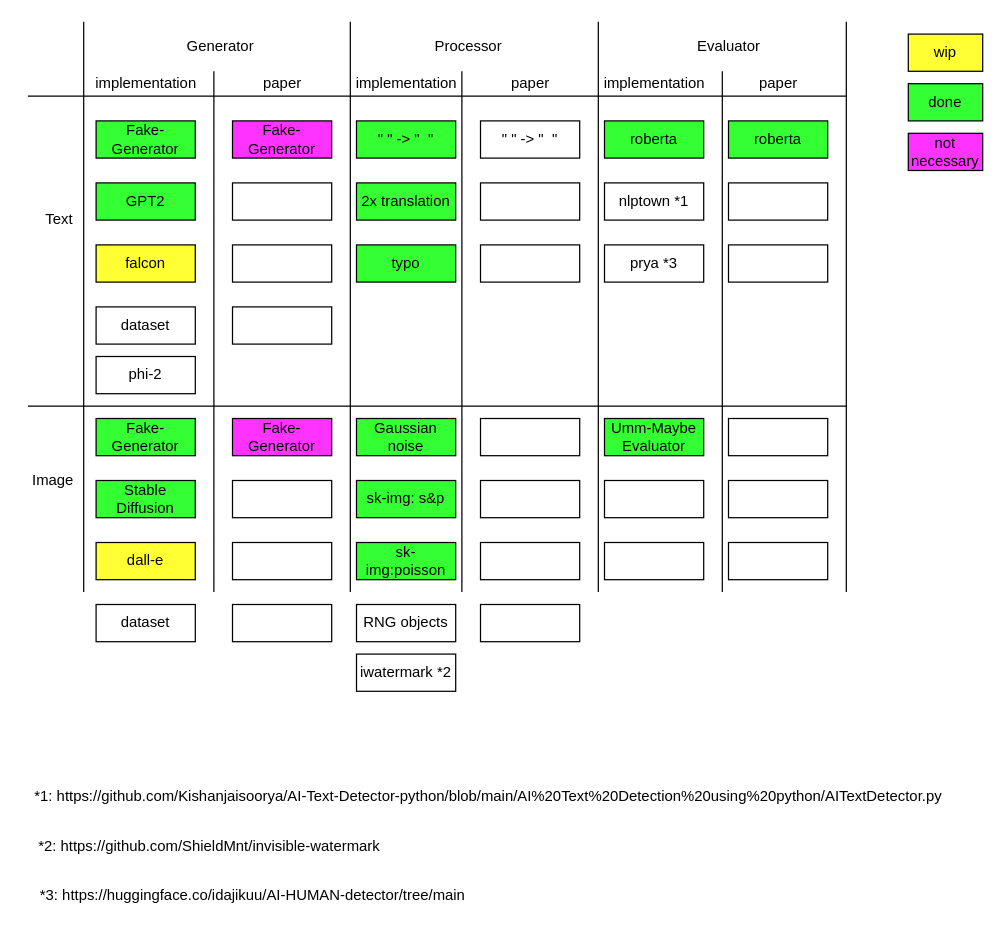
This is documentation/Overview ImplementationPaper.drawio from Ctrl-Alt-Defeat-Foundation-Models/informatiCup2024, a draw.io file, before an edit. Source tidied: cells renumbered, new cells numbered last; positions are measured from the earlier drawing's top-left corner, leaving out a move shared by most shapes. Both pictures are drawn from the tidied source at 124%, with x=0, y=0 at pixel (21, 21).
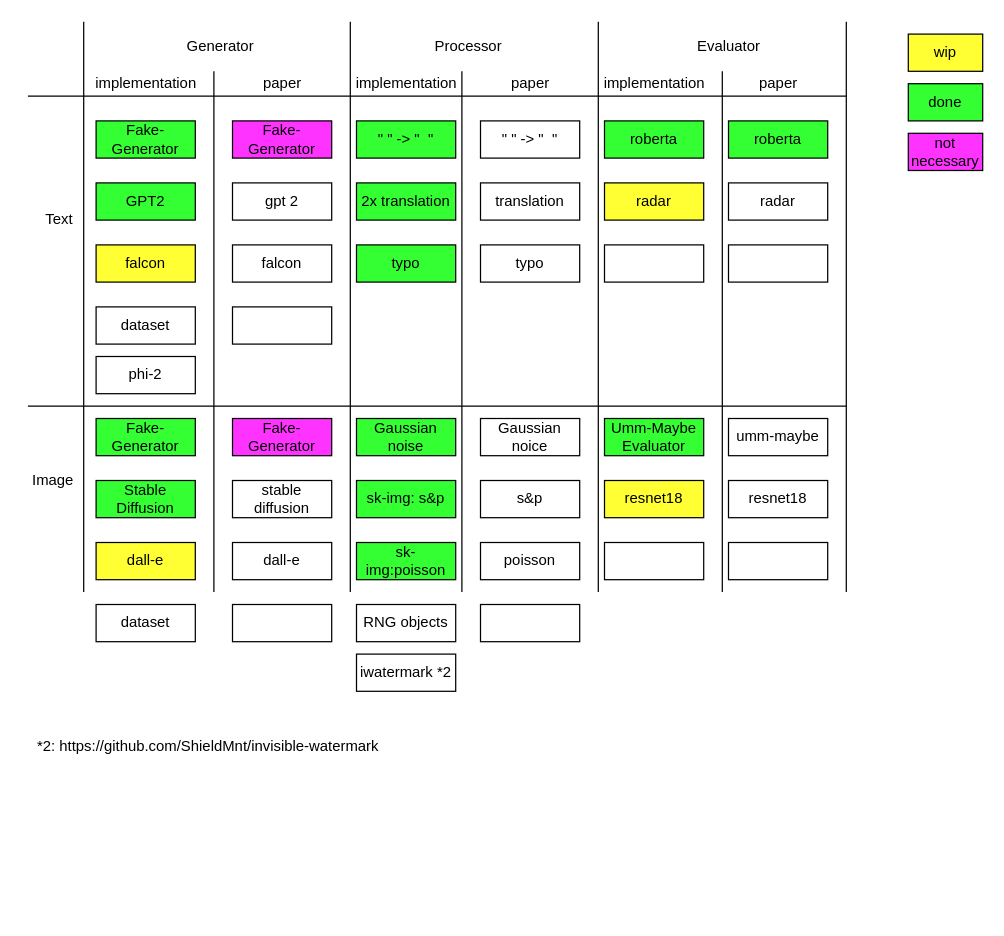
The same page after the edit.

What changed in the source:
```diff
@@
-    <mxCell id="15" value="nlptown *1" style="rounded=0;whiteSpace=wrap;html=1;" parent="1" vertex="1">
+    <mxCell id="15" value="radar" style="rounded=0;whiteSpace=wrap;html=1;fillColor=#FFFF33;" parent="1" vertex="1">
       <mxGeometry x="470" y="130" width="80" height="30" as="geometry" />
     </mxCell>
-    <mxCell id="16" value="prya *3" style="rounded=0;whiteSpace=wrap;html=1;" parent="1" vertex="1">
+    <mxCell id="16" style="rounded=0;whiteSpace=wrap;html=1;" parent="1" vertex="1">
       <mxGeometry x="470" y="180" width="80" height="30" as="geometry" />
     </mxCell>
@@
-    <mxCell id="22" style="rounded=0;whiteSpace=wrap;html=1;" parent="1" vertex="1">
+    <mxCell id="22" value="resnet18" style="rounded=0;whiteSpace=wrap;html=1;fillColor=#FFFF33;" parent="1" vertex="1">
       <mxGeometry x="470" y="370" width="80" height="30" as="geometry" />
     </mxCell>
@@
-    <mxCell id="36" style="rounded=0;whiteSpace=wrap;html=1;" parent="1" vertex="1">
+    <mxCell id="36" value="gpt 2" style="rounded=0;whiteSpace=wrap;html=1;" parent="1" vertex="1">
       <mxGeometry x="170" y="130" width="80" height="30" as="geometry" />
     </mxCell>
-    <mxCell id="37" style="rounded=0;whiteSpace=wrap;html=1;" parent="1" vertex="1">
+    <mxCell id="37" value="falcon" style="rounded=0;whiteSpace=wrap;html=1;" parent="1" vertex="1">
       <mxGeometry x="170" y="180" width="80" height="30" as="geometry" />
     </mxCell>
@@
-    <mxCell id="39" style="rounded=0;whiteSpace=wrap;html=1;" parent="1" vertex="1">
+    <mxCell id="39" value="translation" style="rounded=0;whiteSpace=wrap;html=1;" parent="1" vertex="1">
       <mxGeometry x="370" y="130" width="80" height="30" as="geometry" />
     </mxCell>
-    <mxCell id="40" style="rounded=0;whiteSpace=wrap;html=1;" parent="1" vertex="1">
+    <mxCell id="40" value="typo" style="rounded=0;whiteSpace=wrap;html=1;" parent="1" vertex="1">
       <mxGeometry x="370" y="180" width="80" height="30" as="geometry" />
     </mxCell>
@@
-    <mxCell id="42" style="rounded=0;whiteSpace=wrap;html=1;" parent="1" vertex="1">
+    <mxCell id="42" value="radar" style="rounded=0;whiteSpace=wrap;html=1;fillColor=#FFFFFF;" parent="1" vertex="1">
       <mxGeometry x="570" y="130" width="80" height="30" as="geometry" />
     </mxCell>
@@
-    <mxCell id="45" style="rounded=0;whiteSpace=wrap;html=1;" parent="1" vertex="1">
+    <mxCell id="45" value="stable diffusion" style="rounded=0;whiteSpace=wrap;html=1;" parent="1" vertex="1">
       <mxGeometry x="170" y="370" width="80" height="30" as="geometry" />
     </mxCell>
-    <mxCell id="46" style="rounded=0;whiteSpace=wrap;html=1;" parent="1" vertex="1">
+    <mxCell id="46" value="dall-e" style="rounded=0;whiteSpace=wrap;html=1;" parent="1" vertex="1">
       <mxGeometry x="170" y="420" width="80" height="30" as="geometry" />
     </mxCell>
-    <mxCell id="47" style="rounded=0;whiteSpace=wrap;html=1;" parent="1" vertex="1">
+    <mxCell id="47" value="Gaussian noice" style="rounded=0;whiteSpace=wrap;html=1;" parent="1" vertex="1">
       <mxGeometry x="370" y="320" width="80" height="30" as="geometry" />
     </mxCell>
-    <mxCell id="48" style="rounded=0;whiteSpace=wrap;html=1;" parent="1" vertex="1">
+    <mxCell id="48" value="s&amp;amp;p" style="rounded=0;whiteSpace=wrap;html=1;" parent="1" vertex="1">
       <mxGeometry x="370" y="370" width="80" height="30" as="geometry" />
     </mxCell>
@@
-    <mxCell id="50" style="rounded=0;whiteSpace=wrap;html=1;" parent="1" vertex="1">
+    <mxCell id="50" value="umm-maybe" style="rounded=0;whiteSpace=wrap;html=1;" parent="1" vertex="1">
       <mxGeometry x="570" y="320" width="80" height="30" as="geometry" />
     </mxCell>
-    <mxCell id="51" style="rounded=0;whiteSpace=wrap;html=1;" parent="1" vertex="1">
+    <mxCell id="51" value="resnet18" style="rounded=0;whiteSpace=wrap;html=1;" parent="1" vertex="1">
       <mxGeometry x="570" y="370" width="80" height="30" as="geometry" />
     </mxCell>
@@
-    <mxCell id="67" style="rounded=0;whiteSpace=wrap;html=1;" parent="1" vertex="1">
+    <mxCell id="67" value="poisson" style="rounded=0;whiteSpace=wrap;html=1;" parent="1" vertex="1">
       <mxGeometry x="370" y="420" width="80" height="30" as="geometry" />
     </mxCell>
-    <mxCell id="68" value="&lt;div&gt;*1: https://github.com/Kishanjaisoorya/AI-Text-Detector-python/blob/main/AI%20Text%20Detection%20using%20python/AITextDetector.py&lt;br&gt;&lt;/div&gt;" style="text;html=1;align=center;verticalAlign=middle;strokeColor=none;fillColor=none;" parent="1" vertex="1">
-      <mxGeometry x="1" y="610" width="750" height="30" as="geometry" />
-    </mxCell>
@@
     <mxCell id="70" value="*2: https://github.com/ShieldMnt/invisible-watermark" style="text;html=1;align=center;verticalAlign=middle;strokeColor=none;fillColor=none;" parent="1" vertex="1">
-      <mxGeometry x="1" y="650" width="300" height="30" as="geometry" />
+      <mxGeometry y="570" width="300" height="30" as="geometry" />
     </mxCell>
-    <mxCell id="71" value="*3: https://huggingface.co/idajikuu/AI-HUMAN-detector/tree/main" style="text;html=1;align=center;verticalAlign=middle;strokeColor=none;fillColor=none;" parent="1" vertex="1">
-      <mxGeometry x="1" y="690" width="370" height="30" as="geometry" />
-    </mxCell>
```
